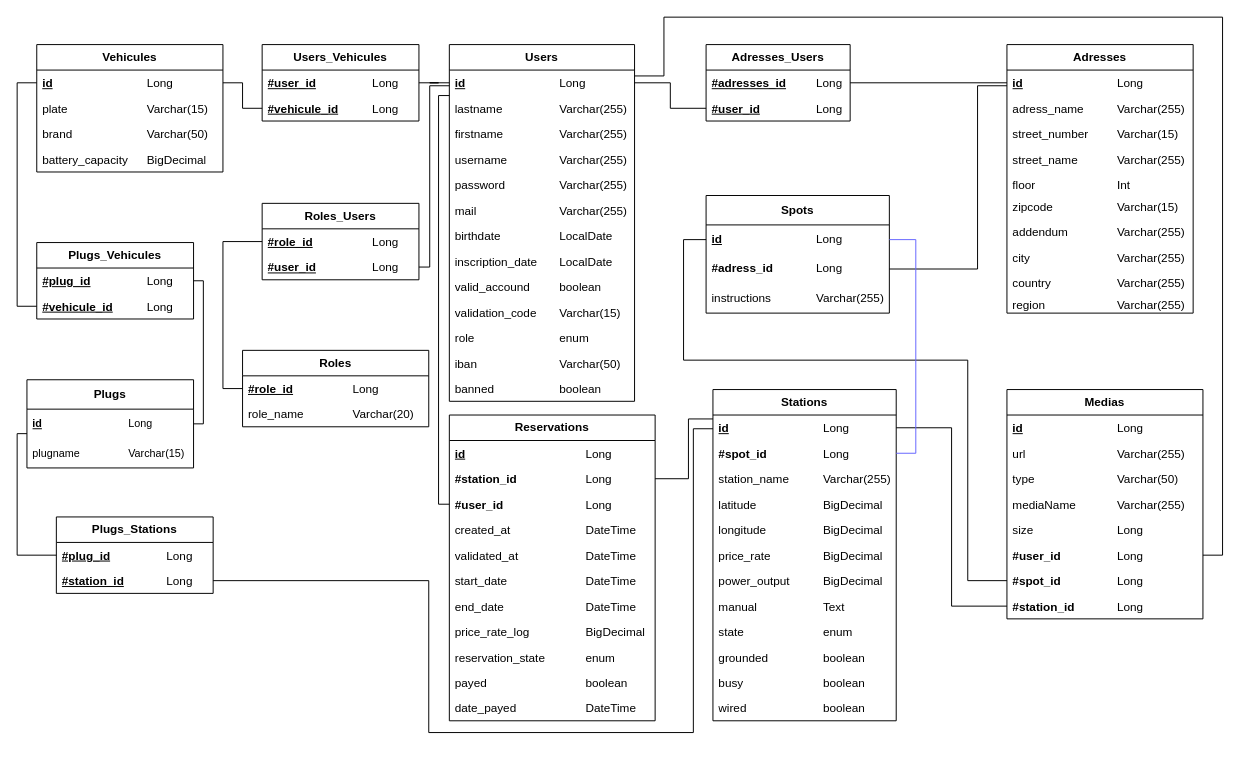
Above: page "mpd" (3 of 3) of Merise_Buisiness_Case.drawio in JeromePrevotat/businesscaseHB (draw.io), before the change. Source tidied: cells renumbered, new cells numbered last; positions are measured from the earlier drawing's top-left corner, leaving out a move shared by most shapes. Both pictures are drawn from the tidied source at 98%, with x=0, y=0 at pixel (17, 17).
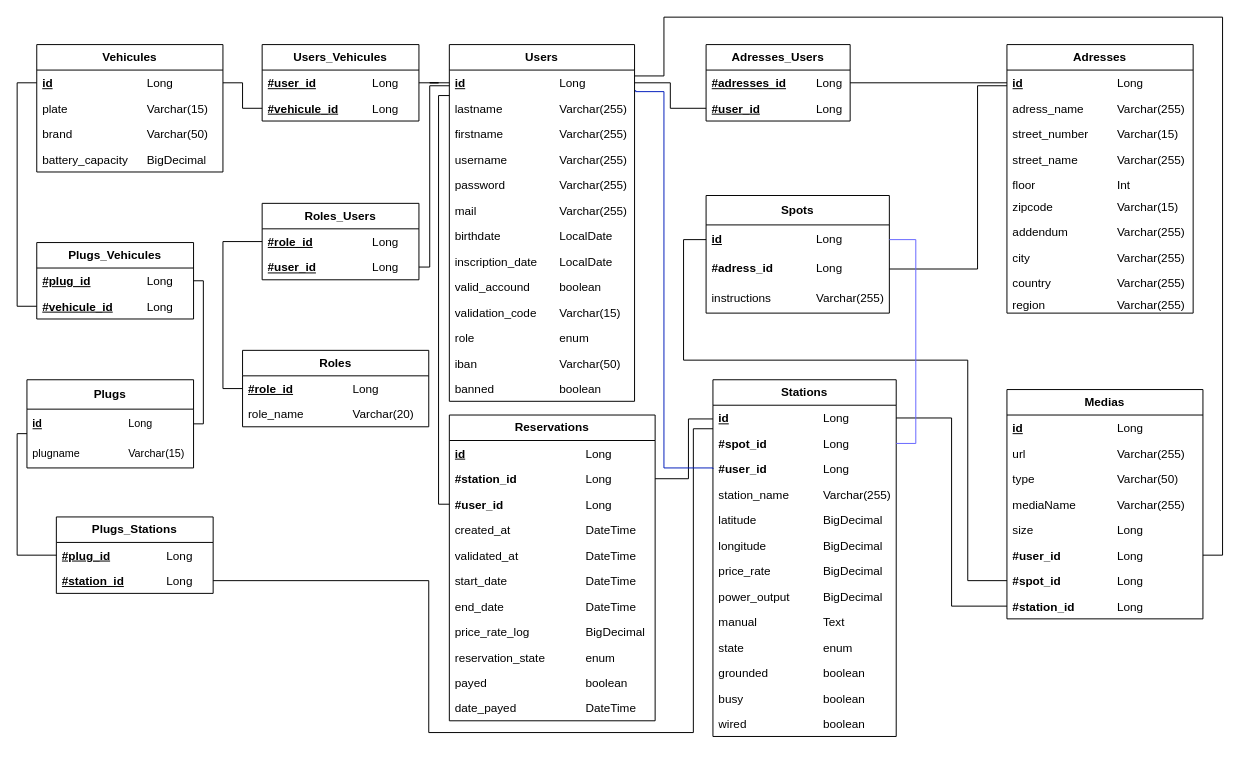
Above is the later version.

Commit message (it also covers changes not shown here):
fixed missing relationship between user and stations moved user registration from POST /users to POST /auth/register

Unchanged cells that the change refers to:
```xml
<mxCell id="10" value="&lt;u style=&quot;font-weight: bold;&quot;&gt;id&lt;/u&gt;&lt;span style=&quot;font-weight: bold; text-decoration-line: underline; white-space: pre;&quot;&gt;&#9;&lt;/span&gt;&lt;span style=&quot;font-weight: bold; text-decoration-line: underline; white-space: pre;&quot;&gt;&#9;&lt;/span&gt;&lt;span style=&quot;font-weight: bold; text-decoration-line: underline; white-space: pre;&quot;&gt;&#9;&lt;/span&gt;&lt;span style=&quot;font-weight: bold; text-decoration-line: underline; white-space: pre;&quot;&gt;&#9;&lt;/span&gt;Long" style="text;strokeColor=none;fillColor=none;align=left;verticalAlign=top;spacingLeft=4;spacingRight=4;overflow=hidden;points=[[0,0.5],[1,0.5]];portConstraint=eastwest;whiteSpace=wrap;html=1;" parent="9" vertex="1">
  <mxGeometry y="26" width="189" height="26" as="geometry" />
</mxCell>
```

The edit, as a diff of the source:
```diff
@@
     <mxCell id="39" value="&lt;b&gt;Stations&lt;/b&gt;" style="swimlane;fontStyle=0;horizontal=1;startSize=26;fillColor=none;whiteSpace=wrap;html=1;" parent="1" vertex="1">
-      <mxGeometry x="710" y="380" width="187" height="338" as="geometry" />
+      <mxGeometry x="710" y="370" width="187" height="364" as="geometry" />
     </mxCell>
@@
+    <mxCell id="108" value="#user_id&lt;span style=&quot;white-space: pre;&quot;&gt;&#9;&lt;/span&gt;&lt;span style=&quot;white-space: pre;&quot;&gt;&#9;&lt;/span&gt;&lt;span style=&quot;white-space: pre;&quot;&gt;&#9;&lt;/span&gt;&lt;span style=&quot;font-weight: normal;&quot;&gt;Long&lt;/span&gt;" style="text;strokeColor=none;fillColor=none;align=left;verticalAlign=top;spacingLeft=4;spacingRight=4;overflow=hidden;points=[[0,0.5],[1,0.5]];portConstraint=eastwest;whiteSpace=wrap;html=1;fontStyle=1;" parent="39" vertex="1">
+      <mxGeometry y="78" width="187" height="26" as="geometry" />
+    </mxCell>
     <mxCell id="42" value="station_name&lt;span style=&quot;white-space: pre;&quot;&gt;&#9;&lt;/span&gt;&lt;span style=&quot;white-space: pre;&quot;&gt;&#9;&lt;/span&gt;Varchar(255)" style="text;strokeColor=none;fillColor=none;align=left;verticalAlign=top;spacingLeft=4;spacingRight=4;overflow=hidden;whiteSpace=wrap;html=1;" parent="39" vertex="1">
-      <mxGeometry y="78" width="187" height="26" as="geometry" />
+      <mxGeometry y="104" width="187" height="26" as="geometry" />
     </mxCell>
     <mxCell id="43" value="latitude&lt;span style=&quot;white-space: pre;&quot;&gt;&#9;&lt;/span&gt;&lt;span style=&quot;white-space: pre;&quot;&gt;&#9;&lt;/span&gt;&lt;span style=&quot;white-space: pre;&quot;&gt;&#9;&lt;/span&gt;BigDecimal" style="text;strokeColor=none;fillColor=none;align=left;verticalAlign=top;spacingLeft=4;spacingRight=4;overflow=hidden;whiteSpace=wrap;html=1;" parent="39" vertex="1">
-      <mxGeometry y="104" width="187" height="26" as="geometry" />
+      <mxGeometry y="130" width="187" height="26" as="geometry" />
     </mxCell>
     <mxCell id="44" value="longitude&lt;span style=&quot;white-space: pre;&quot;&gt;&#9;&lt;/span&gt;&lt;span style=&quot;white-space: pre;&quot;&gt;&#9;&lt;/span&gt;&lt;span style=&quot;white-space: pre;&quot;&gt;&#9;&lt;/span&gt;BigDecimal" style="text;strokeColor=none;fillColor=none;align=left;verticalAlign=top;spacingLeft=4;spacingRight=4;overflow=hidden;whiteSpace=wrap;html=1;" parent="39" vertex="1">
-      <mxGeometry y="130" width="187" height="26" as="geometry" />
+      <mxGeometry y="156" width="187" height="26" as="geometry" />
     </mxCell>
     <mxCell id="45" value="price_rate&lt;span style=&quot;white-space: pre;&quot;&gt;&#9;&lt;/span&gt;&lt;span style=&quot;white-space: pre;&quot;&gt;&#9;&lt;/span&gt;BigDecimal" style="text;strokeColor=none;fillColor=none;align=left;verticalAlign=top;spacingLeft=4;spacingRight=4;overflow=hidden;whiteSpace=wrap;html=1;" parent="39" vertex="1">
-      <mxGeometry y="156" width="187" height="26" as="geometry" />
+      <mxGeometry y="182" width="187" height="26" as="geometry" />
     </mxCell>
     <mxCell id="46" value="power_output&lt;span style=&quot;white-space: pre;&quot;&gt;&#9;&lt;/span&gt;&lt;span style=&quot;white-space: pre;&quot;&gt;&#9;&lt;/span&gt;BigDecimal" style="text;strokeColor=none;fillColor=none;align=left;verticalAlign=top;spacingLeft=4;spacingRight=4;overflow=hidden;whiteSpace=wrap;html=1;" parent="39" vertex="1">
-      <mxGeometry y="182" width="187" height="26" as="geometry" />
+      <mxGeometry y="208" width="187" height="26" as="geometry" />
     </mxCell>
     <mxCell id="47" value="manual&lt;span style=&quot;white-space: pre;&quot;&gt;&#9;&lt;/span&gt;&lt;span style=&quot;white-space: pre;&quot;&gt;&#9;&lt;/span&gt;&lt;span style=&quot;white-space: pre;&quot;&gt;&#9;&lt;/span&gt;Text" style="text;strokeColor=none;fillColor=none;align=left;verticalAlign=top;spacingLeft=4;spacingRight=4;overflow=hidden;whiteSpace=wrap;html=1;" parent="39" vertex="1">
-      <mxGeometry y="208" width="187" height="26" as="geometry" />
+      <mxGeometry y="234" width="187" height="26" as="geometry" />
     </mxCell>
     <mxCell id="48" value="state&lt;span style=&quot;white-space: pre;&quot;&gt;&#9;&lt;/span&gt;&lt;span style=&quot;white-space: pre;&quot;&gt;&#9;&lt;/span&gt;&lt;span style=&quot;white-space: pre;&quot;&gt;&#9;&lt;/span&gt;enum" style="text;strokeColor=none;fillColor=none;align=left;verticalAlign=top;spacingLeft=4;spacingRight=4;overflow=hidden;whiteSpace=wrap;html=1;" parent="39" vertex="1">
-      <mxGeometry y="234" width="187" height="26" as="geometry" />
+      <mxGeometry y="260" width="187" height="26" as="geometry" />
     </mxCell>
     <mxCell id="49" value="grounded&lt;span style=&quot;white-space: pre;&quot;&gt;&#9;&lt;/span&gt;&lt;span style=&quot;white-space: pre;&quot;&gt;&#9;&lt;/span&gt;&lt;span style=&quot;white-space: pre;&quot;&gt;&#9;&lt;/span&gt;boolean" style="text;strokeColor=none;fillColor=none;align=left;verticalAlign=top;spacingLeft=4;spacingRight=4;overflow=hidden;whiteSpace=wrap;html=1;" parent="39" vertex="1">
-      <mxGeometry y="260" width="187" height="26" as="geometry" />
+      <mxGeometry y="286" width="187" height="26" as="geometry" />
     </mxCell>
     <mxCell id="50" value="busy&lt;span style=&quot;white-space: pre;&quot;&gt;&#9;&lt;/span&gt;&lt;span style=&quot;white-space: pre;&quot;&gt;&#9;&lt;/span&gt;&lt;span style=&quot;white-space: pre;&quot;&gt;&#9;&lt;/span&gt;boolean" style="text;strokeColor=none;fillColor=none;align=left;verticalAlign=top;spacingLeft=4;spacingRight=4;overflow=hidden;whiteSpace=wrap;html=1;" parent="39" vertex="1">
-      <mxGeometry y="286" width="187" height="26" as="geometry" />
+      <mxGeometry y="312" width="187" height="26" as="geometry" />
     </mxCell>
     <mxCell id="51" value="wired&lt;span style=&quot;white-space: pre;&quot;&gt;&#9;&lt;/span&gt;&lt;span style=&quot;white-space: pre;&quot;&gt;&#9;&lt;/span&gt;&lt;span style=&quot;white-space: pre;&quot;&gt;&#9;&lt;/span&gt;boolean" style="text;strokeColor=none;fillColor=none;align=left;verticalAlign=top;spacingLeft=4;spacingRight=4;overflow=hidden;whiteSpace=wrap;html=1;" parent="39" vertex="1">
-      <mxGeometry y="312" width="187" height="26" as="geometry" />
+      <mxGeometry y="338" width="187" height="26" as="geometry" />
     </mxCell>
@@
+    <mxCell id="109" style="edgeStyle=orthogonalEdgeStyle;rounded=0;jettySize=auto;html=1;exitX=0;exitY=0.5;exitDx=0;exitDy=0;fillColor=#0050ef;strokeColor=#001DBC;endArrow=none;startFill=0;entryX=1.006;entryY=0.785;entryDx=0;entryDy=0;entryPerimeter=0;" parent="1" edge="1" source="108" target="10">
+      <mxGeometry relative="1" as="geometry">
+        <Array as="points">
+          <mxPoint x="710" y="460" />
+          <mxPoint x="660" y="460" />
+          <mxPoint x="660" y="76" />
+          <mxPoint x="631" y="76" />
+        </Array>
+      </mxGeometry>
+    </mxCell>
```
